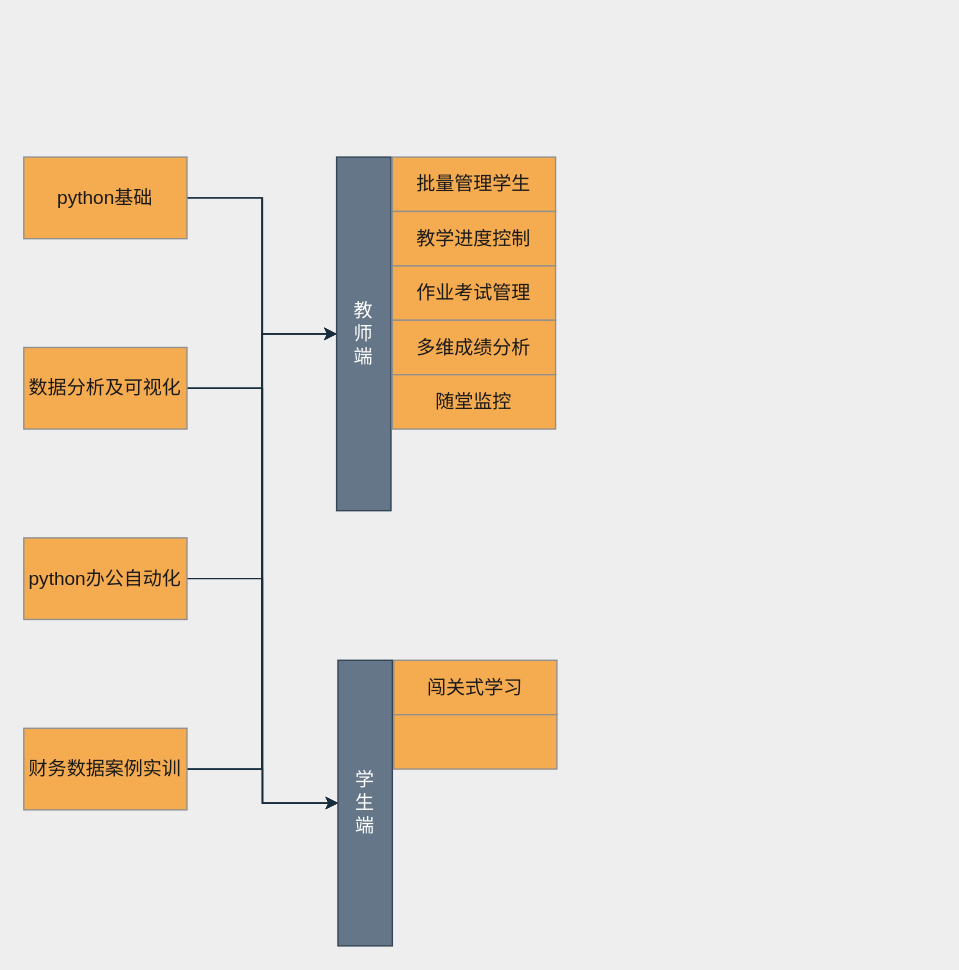
Before: 未命名绘图.drawio in oldKing997/diagramsRepository, a draw.io diagram. Source tidied: cells renumbered, new cells numbered last; positions are measured from the earlier drawing's top-left corner, leaving out a move shared by most shapes. Both pictures are drawn from the tidied source at 136%, with x=0, y=0 at pixel (23, 156).
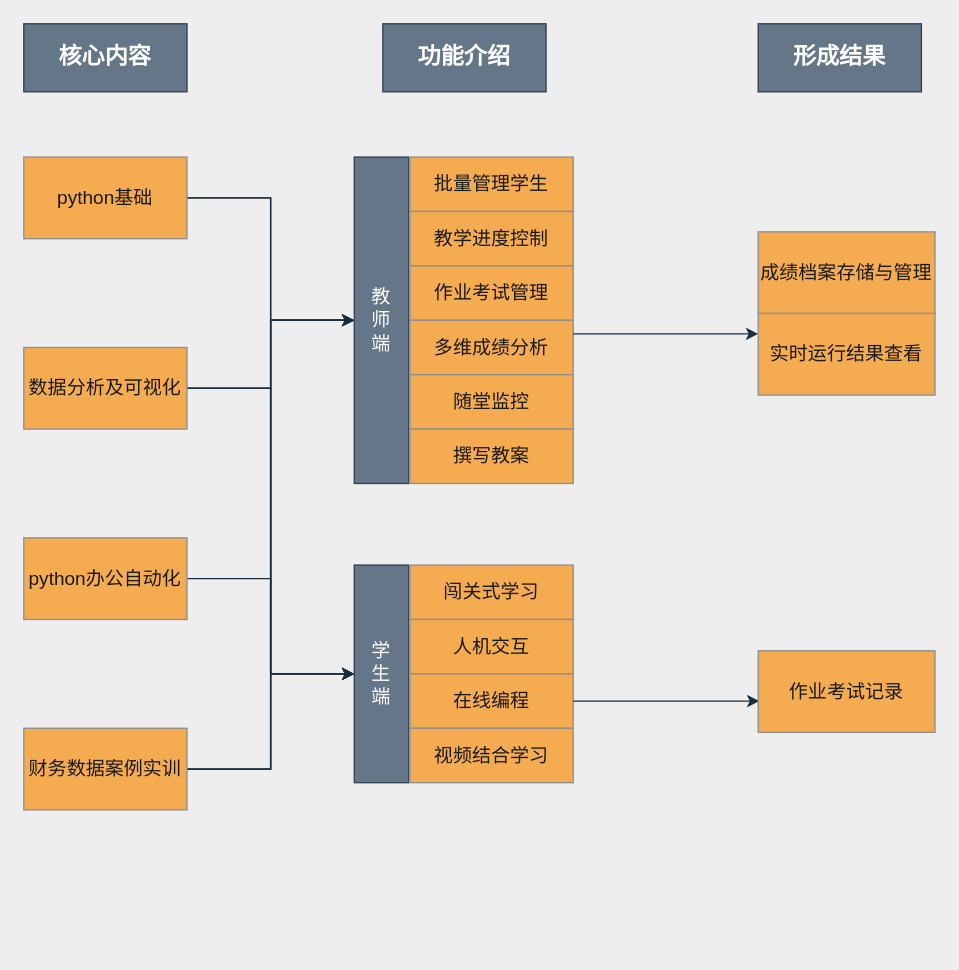
The same diagram, later.

Change to the diagram source:
```diff
@@
+    <mxCell id="23" style="group;" parent="1" vertex="1">
+      <mxGeometry x="243" width="161" height="240" as="geometry" />
+    </mxCell>
-    <mxCell id="14" value="教&lt;br style=&quot;font-size: 14px;&quot;&gt;师&lt;br style=&quot;font-size: 14px;&quot;&gt;端" style="rounded=0;whiteSpace=wrap;html=1;sketch=0;align=center;verticalAlign=middle;fillColor=#647687;strokeColor=#314354;fontSize=14;fontColor=#ffffff;" parent="1" vertex="1">
-      <mxGeometry x="230" width="40" height="260" as="geometry" />
+    <mxCell id="14" value="教&lt;br style=&quot;font-size: 14px;&quot;&gt;师&lt;br style=&quot;font-size: 14px;&quot;&gt;端" style="rounded=0;whiteSpace=wrap;html=1;sketch=0;align=center;verticalAlign=middle;fillColor=#647687;strokeColor=#314354;fontSize=14;fontColor=#ffffff;" parent="23" vertex="1">
+      <mxGeometry width="40" height="240" as="geometry" />
     </mxCell>
-    <mxCell id="15" value="&lt;p class=&quot;MsoBodyText&quot;&gt;批量管理学生&lt;span lang=&quot;EN-US&quot;&gt;&lt;/span&gt;&lt;/p&gt;" style="rounded=0;whiteSpace=wrap;html=1;sketch=0;fontSize=14;fontColor=#1A1A1A;strokeColor=#909090;fillColor=#F5AB50;align=center;verticalAlign=middle;" parent="1" vertex="1">
-      <mxGeometry x="271" width="120" height="40" as="geometry" />
+    <mxCell id="15" value="&lt;p class=&quot;MsoBodyText&quot;&gt;批量管理学生&lt;span lang=&quot;EN-US&quot;&gt;&lt;/span&gt;&lt;/p&gt;" style="rounded=0;whiteSpace=wrap;html=1;sketch=0;fontSize=14;fontColor=#1A1A1A;strokeColor=#909090;fillColor=#F5AB50;align=center;verticalAlign=middle;" parent="23" vertex="1">
+      <mxGeometry x="41" width="120" height="40" as="geometry" />
     </mxCell>
-    <mxCell id="16" value="&lt;p class=&quot;MsoBodyText&quot;&gt;教学进度控制&lt;span lang=&quot;EN-US&quot;&gt;&lt;/span&gt;&lt;/p&gt;" style="rounded=0;whiteSpace=wrap;html=1;sketch=0;fontSize=14;fontColor=#1A1A1A;strokeColor=#909090;fillColor=#F5AB50;align=center;verticalAlign=middle;" parent="1" vertex="1">
-      <mxGeometry x="271" y="40" width="120" height="40" as="geometry" />
+    <mxCell id="16" value="&lt;p class=&quot;MsoBodyText&quot;&gt;教学进度控制&lt;span lang=&quot;EN-US&quot;&gt;&lt;/span&gt;&lt;/p&gt;" style="rounded=0;whiteSpace=wrap;html=1;sketch=0;fontSize=14;fontColor=#1A1A1A;strokeColor=#909090;fillColor=#F5AB50;align=center;verticalAlign=middle;" parent="23" vertex="1">
+      <mxGeometry x="41" y="40" width="120" height="40" as="geometry" />
     </mxCell>
+    <mxCell id="20" value="&lt;p class=&quot;MsoBodyText&quot;&gt;作业考试管理&lt;span lang=&quot;EN-US&quot;&gt;&lt;/span&gt;&lt;/p&gt;" style="rounded=0;whiteSpace=wrap;html=1;sketch=0;fontSize=14;fontColor=#1A1A1A;strokeColor=#909090;fillColor=#F5AB50;align=center;verticalAlign=middle;" parent="23" vertex="1">
+      <mxGeometry x="41" y="80" width="120" height="40" as="geometry" />
+    </mxCell>
+    <mxCell id="21" value="多维成绩分析" style="rounded=0;whiteSpace=wrap;html=1;sketch=0;fontSize=14;fontColor=#1A1A1A;strokeColor=#909090;fillColor=#F5AB50;align=center;verticalAlign=middle;" parent="23" vertex="1">
+      <mxGeometry x="41" y="120" width="120" height="40" as="geometry" />
+    </mxCell>
+    <mxCell id="22" value="&lt;p class=&quot;MsoBodyText&quot;&gt;随堂监控&lt;span lang=&quot;EN-US&quot;&gt;&lt;/span&gt;&lt;/p&gt;" style="rounded=0;whiteSpace=wrap;html=1;sketch=0;fontSize=14;fontColor=#1A1A1A;strokeColor=#909090;fillColor=#F5AB50;align=center;verticalAlign=middle;" parent="23" vertex="1">
+      <mxGeometry x="41" y="160" width="120" height="40" as="geometry" />
+    </mxCell>
+    <mxCell id="24" value="&lt;p class=&quot;MsoBodyText&quot;&gt;撰写教案&lt;span lang=&quot;EN-US&quot;&gt;&lt;/span&gt;&lt;/p&gt;" style="rounded=0;whiteSpace=wrap;html=1;sketch=0;fontSize=14;fontColor=#1A1A1A;strokeColor=#909090;fillColor=#F5AB50;align=center;verticalAlign=middle;" parent="23" vertex="1">
+      <mxGeometry x="41" y="200" width="120" height="40" as="geometry" />
+    </mxCell>
+    <mxCell id="25" style="group;" parent="1" vertex="1">
+      <mxGeometry x="243" y="300" width="161" height="160" as="geometry" />
+    </mxCell>
-    <mxCell id="17" value="学&lt;br&gt;生&lt;br&gt;端" style="rounded=0;whiteSpace=wrap;html=1;sketch=0;align=center;verticalAlign=middle;fillColor=#647687;strokeColor=#314354;fontSize=14;fontColor=#ffffff;" parent="1" vertex="1">
-      <mxGeometry x="231" y="370" width="40" height="210" as="geometry" />
+    <mxCell id="17" value="学&lt;br&gt;生&lt;br&gt;端" style="rounded=0;whiteSpace=wrap;html=1;sketch=0;align=center;verticalAlign=middle;fillColor=#647687;strokeColor=#314354;fontSize=14;fontColor=#ffffff;" parent="25" vertex="1">
+      <mxGeometry width="40" height="160" as="geometry" />
     </mxCell>
-    <mxCell id="18" value="闯关式学习" style="rounded=0;whiteSpace=wrap;html=1;sketch=0;fontSize=14;fontColor=#1A1A1A;strokeColor=#909090;fillColor=#F5AB50;align=center;verticalAlign=middle;" parent="1" vertex="1">
-      <mxGeometry x="272" y="370" width="120" height="40" as="geometry" />
+    <mxCell id="18" value="闯关式学习" style="rounded=0;whiteSpace=wrap;html=1;sketch=0;fontSize=14;fontColor=#1A1A1A;strokeColor=#909090;fillColor=#F5AB50;align=center;verticalAlign=middle;" parent="25" vertex="1">
+      <mxGeometry x="41" width="120" height="40" as="geometry" />
     </mxCell>
-    <mxCell id="19" style="rounded=0;whiteSpace=wrap;html=1;sketch=0;fontSize=14;fontColor=#1A1A1A;strokeColor=#909090;fillColor=#F5AB50;align=center;verticalAlign=middle;" parent="1" vertex="1">
-      <mxGeometry x="272" y="410" width="120" height="40" as="geometry" />
+    <mxCell id="19" value="人机交互" style="rounded=0;whiteSpace=wrap;html=1;sketch=0;fontSize=14;fontColor=#1A1A1A;strokeColor=#909090;fillColor=#F5AB50;align=center;verticalAlign=middle;" parent="25" vertex="1">
+      <mxGeometry x="41" y="40" width="120" height="40" as="geometry" />
     </mxCell>
-    <mxCell id="20" value="&lt;p class=&quot;MsoBodyText&quot;&gt;作业考试管理&lt;span lang=&quot;EN-US&quot;&gt;&lt;/span&gt;&lt;/p&gt;" style="rounded=0;whiteSpace=wrap;html=1;sketch=0;fontSize=14;fontColor=#1A1A1A;strokeColor=#909090;fillColor=#F5AB50;align=center;verticalAlign=middle;" parent="1" vertex="1">
-      <mxGeometry x="271" y="80" width="120" height="40" as="geometry" />
-    </mxCell>
-    <mxCell id="21" value="多维成绩分析" style="rounded=0;whiteSpace=wrap;html=1;sketch=0;fontSize=14;fontColor=#1A1A1A;strokeColor=#909090;fillColor=#F5AB50;align=center;verticalAlign=middle;" parent="1" vertex="1">
-      <mxGeometry x="271" y="120" width="120" height="40" as="geometry" />
-    </mxCell>
-    <mxCell id="22" value="&lt;p class=&quot;MsoBodyText&quot;&gt;随堂监控&lt;span lang=&quot;EN-US&quot;&gt;&lt;/span&gt;&lt;/p&gt;" style="rounded=0;whiteSpace=wrap;html=1;sketch=0;fontSize=14;fontColor=#1A1A1A;strokeColor=#909090;fillColor=#F5AB50;align=center;verticalAlign=middle;" parent="1" vertex="1">
-      <mxGeometry x="271" y="160" width="120" height="40" as="geometry" />
-    </mxCell>
+    <mxCell id="26" value="在线编程" style="rounded=0;whiteSpace=wrap;html=1;sketch=0;fontSize=14;fontColor=#1A1A1A;strokeColor=#909090;fillColor=#F5AB50;align=center;verticalAlign=middle;" parent="25" vertex="1">
+      <mxGeometry x="41" y="80" width="120" height="40" as="geometry" />
+    </mxCell>
+    <mxCell id="27" value="视频结合学习" style="rounded=0;whiteSpace=wrap;html=1;sketch=0;fontSize=14;fontColor=#1A1A1A;strokeColor=#909090;fillColor=#F5AB50;align=center;verticalAlign=middle;" parent="25" vertex="1">
+      <mxGeometry x="41" y="120" width="120" height="40" as="geometry" />
+    </mxCell>
+    <mxCell id="28" style="edgeStyle=orthogonalEdgeStyle;rounded=0;sketch=0;jettySize=auto;html=1;fontSize=14;fontColor=#1A1A1A;strokeColor=#182E3E;entryX=0;entryY=0.25;entryDx=0;entryDy=0;exitX=1;exitY=0.25;exitDx=0;exitDy=0;" parent="1" edge="1" source="21" target="33">
+      <mxGeometry relative="1" as="geometry" />
+    </mxCell>
+    <mxCell id="29" style="edgeStyle=orthogonalEdgeStyle;rounded=0;sketch=0;jettySize=auto;html=1;entryX=0.006;entryY=0.617;entryDx=0;entryDy=0;entryPerimeter=0;fontSize=14;fontColor=#1A1A1A;strokeColor=#182E3E;" parent="1" edge="1" source="26" target="30">
+      <mxGeometry relative="1" as="geometry" />
+    </mxCell>
+    <mxCell id="30" value="&lt;p class=&quot;MsoBodyText&quot;&gt;作业考试记录&lt;span lang=&quot;EN-US&quot;&gt;&lt;/span&gt;&lt;/p&gt;" style="rounded=0;whiteSpace=wrap;html=1;sketch=0;fontSize=14;fontColor=#1A1A1A;strokeColor=#909090;fillColor=#F5AB50;align=center;verticalAlign=middle;" parent="1" vertex="1">
+      <mxGeometry x="540" y="363" width="130" height="60" as="geometry" />
+    </mxCell>
+    <mxCell id="31" style="group;" parent="1" vertex="1">
+      <mxGeometry x="540" y="55" width="130" height="120" as="geometry" />
+    </mxCell>
+    <mxCell id="32" value="&lt;span style=&quot;font-size: 10.5pt&quot;&gt;成绩档案存储与管理&lt;/span&gt;" style="rounded=0;whiteSpace=wrap;html=1;sketch=0;fontSize=14;fontColor=#1A1A1A;strokeColor=#909090;fillColor=#F5AB50;align=center;verticalAlign=middle;" parent="31" vertex="1">
+      <mxGeometry width="130" height="60" as="geometry" />
+    </mxCell>
+    <mxCell id="33" value="实时运行结果查看" style="rounded=0;whiteSpace=wrap;html=1;sketch=0;fontSize=14;fontColor=#1A1A1A;strokeColor=#909090;fillColor=#F5AB50;align=center;verticalAlign=middle;" parent="31" vertex="1">
+      <mxGeometry y="60" width="130" height="60" as="geometry" />
+    </mxCell>
+    <mxCell id="34" value="核心内容" style="rounded=0;whiteSpace=wrap;html=1;sketch=0;fontSize=17;fontColor=#ffffff;strokeColor=#314354;fillColor=#647687;align=center;verticalAlign=middle;fontStyle=1;" parent="1" vertex="1">
+      <mxGeometry y="-98" width="120" height="50" as="geometry" />
+    </mxCell>
+    <mxCell id="35" value="功能介绍" style="rounded=0;whiteSpace=wrap;html=1;sketch=0;fontSize=17;fontColor=#ffffff;strokeColor=#314354;fillColor=#647687;align=center;verticalAlign=middle;fontStyle=1;" parent="1" vertex="1">
+      <mxGeometry x="264" y="-98" width="120" height="50" as="geometry" />
+    </mxCell>
+    <mxCell id="36" value="形成结果" style="rounded=0;whiteSpace=wrap;html=1;sketch=0;fontSize=17;fontColor=#ffffff;strokeColor=#314354;fillColor=#647687;align=center;verticalAlign=middle;fontStyle=1;" parent="1" vertex="1">
+      <mxGeometry x="540" y="-98" width="120" height="50" as="geometry" />
+    </mxCell>
```
